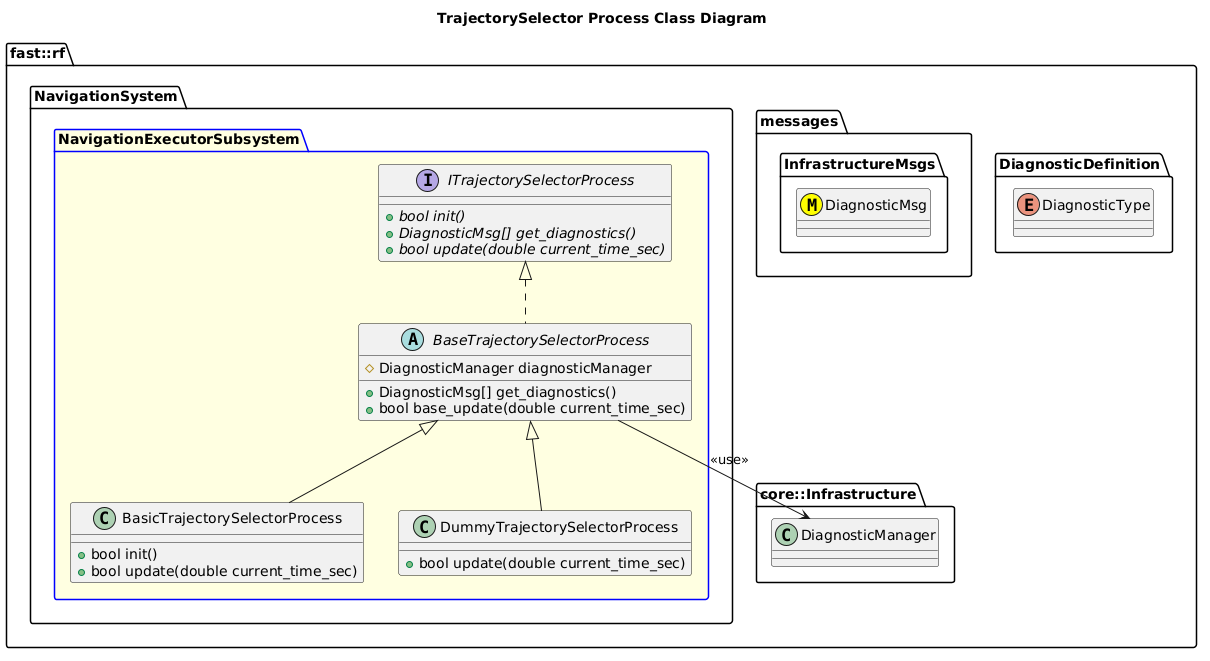
Before: Systems/Navigation/Subsystems/NavigationExecutor/Processes/TrajectorySelector/doc/puml/TrajectorySelectorProcessClassDiagram.png, a diagram exported from PlantUML (fastrobotics/robot_framework).
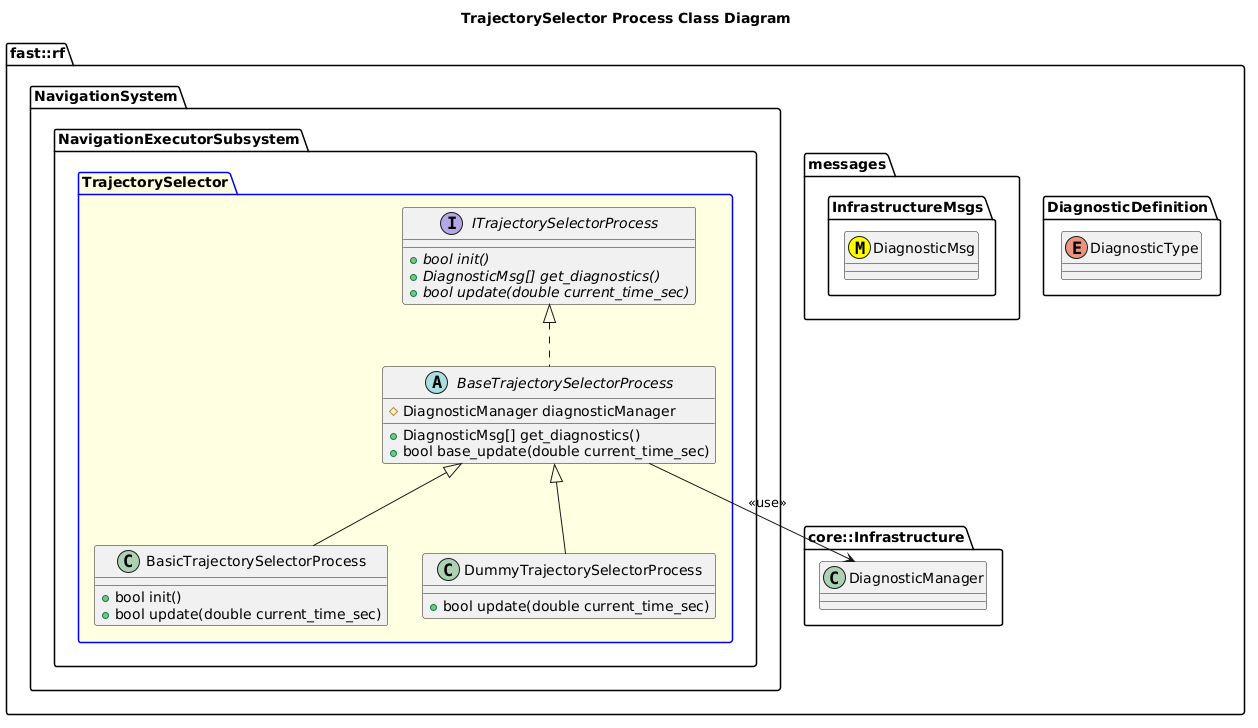
Later version of the same file.

Change to the diagram source:
```diff
@@ -14,7 +14,8 @@
     class DiagnosticManager
   }
   namespace NavigationSystem {
-    package NavigationExecutorSubsystem #LightYellow;line:blue {
+    namespace NavigationExecutorSubsystem {
+      package TrajectorySelector #LightYellow;line:blue {
         interface ITrajectorySelectorProcess  {
           +{abstract} bool init()
           +{abstract} DiagnosticMsg[] get_diagnostics()
@@ -37,6 +38,7 @@
           +bool update(double current_time_sec)
         }
         DummyTrajectorySelectorProcess -up-|> BaseTrajectorySelectorProcess
+      }
     }
   }
 }
```
